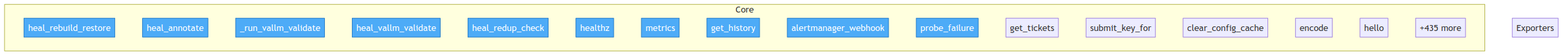
Above: project/flow.png in semcod/koru (Mermaid), before the change. Its source is kept beside it as project/flow.mmd.
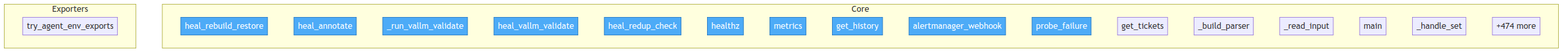
After the commit.

Diff of the diagram source:
```diff
@@ -14,14 +14,15 @@
         services__healing_webhook__app__alertmanager_webhook["alertmanager_webhook"]
         services__healing_webhook__app__probe_failure["probe_failure"]
         services__healing_webhook__app__get_tickets["get_tickets"]
-        src__koruide__config__AutopilotConfig__submit_key_for["submit_key_for"]
-        src__koruide__config__clear_config_cache["clear_config_cache"]
-        src__koruide__protocol__Message__encode["encode"]
-        src__koruide__protocol__hello["hello"]
-        ...["+435 more"]
+        src__korudsl__cli___build_parser["_build_parser"]
+        src__korudsl__cli___read_input["_read_input"]
+        src__korudsl__cli__main["main"]
+        src__korudsl__library___handle_set["_handle_set"]
+        ...["+474 more"]
     end
 
     subgraph Exporters
+        src__koru__agent_cli_helpers__try_agent_env_exports["try_agent_env_exports"]
     end
 
     class services__healing_webhook__app__heal_rebuild_restore,services__healing_webhook__app__heal_annotate,services__healing_webhook__app___run_vallm_validate,services__healing_webhook__app__heal_vallm_validate,services__healing_webhook__app__heal_redup_check,services__healing_webhook__app__healthz,services__healing_webhook__app__metrics,services__healing_webhook__app__get_history,services__healing_webhook__app__alertmanager_webhook,services__healing_webhook__app__probe_failure entry
```
